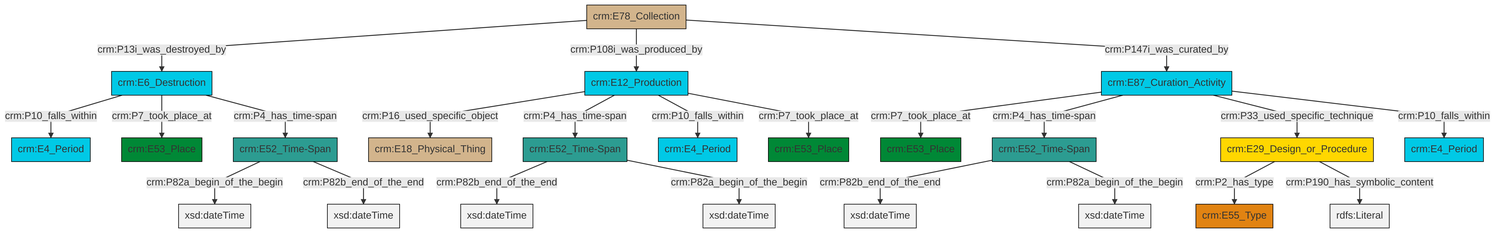
Earlier version of the Mermaid export et/archivalCSV/ttl/mmd/png/archival_existence.png (swiss-art-research-net/docs.swissartresearch). Its source is kept beside it as et/archivalCSV/ttl/mmd/archival_existence.ttl.mmd.
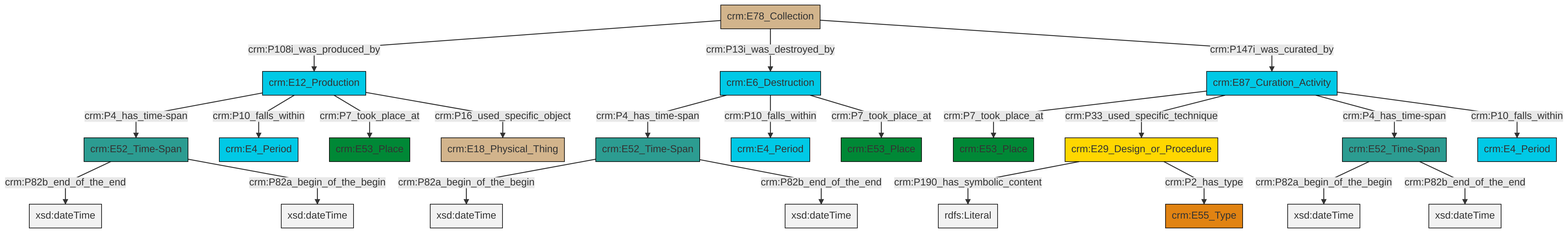
Later version of the same file.

Diff of the diagram source:
```diff
@@ -14,24 +14,24 @@
 classDef Multi fill:#cccccc,stroke:#000000;
 
 0["crm:E52_Time-Span"]:::Time-Span -->|crm:P82b_end_of_the_end| 1[xsd:dateTime]:::Literal
-2["crm:E52_Time-Span"]:::Time-Span -->|crm:P82a_begin_of_the_begin| 3[xsd:dateTime]:::Literal
-4["crm:E52_Time-Span"]:::Time-Span -->|crm:P82b_end_of_the_end| 5[xsd:dateTime]:::Literal
-2["crm:E52_Time-Span"]:::Time-Span -->|crm:P82b_end_of_the_end| 6[xsd:dateTime]:::Literal
-16["crm:E87_Curation_Activity"]:::Temporal_Entity -->|crm:P7_took_place_at| 17["crm:E53_Place"]:::Place
-19["crm:E29_Design_or_Procedure"]:::Conceptual_Object -->|crm:P2_has_type| 20["crm:E55_Type"]:::Type
-7["crm:E78_Collection"]:::Physical_Thing -->|crm:P13i_was_destroyed_by| 11["crm:E6_Destruction"]:::Temporal_Entity
-7["crm:E78_Collection"]:::Physical_Thing -->|crm:P108i_was_produced_by| 21["crm:E12_Production"]:::Temporal_Entity
-11["crm:E6_Destruction"]:::Temporal_Entity -->|crm:P10_falls_within| 23["crm:E4_Period"]:::Temporal_Entity
-11["crm:E6_Destruction"]:::Temporal_Entity -->|crm:P7_took_place_at| 14["crm:E53_Place"]:::Place
-21["crm:E12_Production"]:::Temporal_Entity -->|crm:P16_used_specific_object| 9["crm:E18_Physical_Thing"]:::Physical_Thing
-0["crm:E52_Time-Span"]:::Time-Span -->|crm:P82a_begin_of_the_begin| 25[xsd:dateTime]:::Literal
-4["crm:E52_Time-Span"]:::Time-Span -->|crm:P82a_begin_of_the_begin| 29[xsd:dateTime]:::Literal
-7["crm:E78_Collection"]:::Physical_Thing -->|crm:P147i_was_curated_by| 16["crm:E87_Curation_Activity"]:::Temporal_Entity
-11["crm:E6_Destruction"]:::Temporal_Entity -->|crm:P4_has_time-span| 2["crm:E52_Time-Span"]:::Time-Span
-16["crm:E87_Curation_Activity"]:::Temporal_Entity -->|crm:P4_has_time-span| 0["crm:E52_Time-Span"]:::Time-Span
-19["crm:E29_Design_or_Procedure"]:::Conceptual_Object -->|crm:P190_has_symbolic_content| 33[rdfs:Literal]:::Literal
-21["crm:E12_Production"]:::Temporal_Entity -->|crm:P4_has_time-span| 4["crm:E52_Time-Span"]:::Time-Span
-21["crm:E12_Production"]:::Temporal_Entity -->|crm:P10_falls_within| 36["crm:E4_Period"]:::Temporal_Entity
-16["crm:E87_Curation_Activity"]:::Temporal_Entity -->|crm:P33_used_specific_technique| 19["crm:E29_Design_or_Procedure"]:::Conceptual_Object
-21["crm:E12_Production"]:::Temporal_Entity -->|crm:P7_took_place_at| 27["crm:E53_Place"]:::Place
-16["crm:E87_Curation_Activity"]:::Temporal_Entity -->|crm:P10_falls_within| 30["crm:E4_Period"]:::Temporal_Entity
+6["crm:E52_Time-Span"]:::Time-Span -->|crm:P82a_begin_of_the_begin| 7[xsd:dateTime]:::Literal
+0["crm:E52_Time-Span"]:::Time-Span -->|crm:P82a_begin_of_the_begin| 8[xsd:dateTime]:::Literal
+9["crm:E6_Destruction"]:::Temporal_Entity -->|crm:P4_has_time-span| 6["crm:E52_Time-Span"]:::Time-Span
+6["crm:E52_Time-Span"]:::Time-Span -->|crm:P82b_end_of_the_end| 11[xsd:dateTime]:::Literal
+12["crm:E29_Design_or_Procedure"]:::Conceptual_Object -->|crm:P190_has_symbolic_content| 13[rdfs:Literal]:::Literal
+9["crm:E6_Destruction"]:::Temporal_Entity -->|crm:P10_falls_within| 17["crm:E4_Period"]:::Temporal_Entity
+18["crm:E52_Time-Span"]:::Time-Span -->|crm:P82a_begin_of_the_begin| 19[xsd:dateTime]:::Literal
+12["crm:E29_Design_or_Procedure"]:::Conceptual_Object -->|crm:P2_has_type| 22["crm:E55_Type"]:::Type
+24["crm:E78_Collection"]:::Physical_Thing -->|crm:P108i_was_produced_by| 25["crm:E12_Production"]:::Temporal_Entity
+18["crm:E52_Time-Span"]:::Time-Span -->|crm:P82b_end_of_the_end| 28[xsd:dateTime]:::Literal
+30["crm:E87_Curation_Activity"]:::Temporal_Entity -->|crm:P7_took_place_at| 14["crm:E53_Place"]:::Place
+30["crm:E87_Curation_Activity"]:::Temporal_Entity -->|crm:P33_used_specific_technique| 12["crm:E29_Design_or_Procedure"]:::Conceptual_Object
+25["crm:E12_Production"]:::Temporal_Entity -->|crm:P4_has_time-span| 0["crm:E52_Time-Span"]:::Time-Span
+9["crm:E6_Destruction"]:::Temporal_Entity -->|crm:P7_took_place_at| 2["crm:E53_Place"]:::Place
+25["crm:E12_Production"]:::Temporal_Entity -->|crm:P10_falls_within| 36["crm:E4_Period"]:::Temporal_Entity
+25["crm:E12_Production"]:::Temporal_Entity -->|crm:P7_took_place_at| 32["crm:E53_Place"]:::Place
+30["crm:E87_Curation_Activity"]:::Temporal_Entity -->|crm:P4_has_time-span| 18["crm:E52_Time-Span"]:::Time-Span
+25["crm:E12_Production"]:::Temporal_Entity -->|crm:P16_used_specific_object| 20["crm:E18_Physical_Thing"]:::Physical_Thing
+24["crm:E78_Collection"]:::Physical_Thing -->|crm:P13i_was_destroyed_by| 9["crm:E6_Destruction"]:::Temporal_Entity
+30["crm:E87_Curation_Activity"]:::Temporal_Entity -->|crm:P10_falls_within| 4["crm:E4_Period"]:::Temporal_Entity
+24["crm:E78_Collection"]:::Physical_Thing -->|crm:P147i_was_curated_by| 30["crm:E87_Curation_Activity"]:::Temporal_Entity
```
